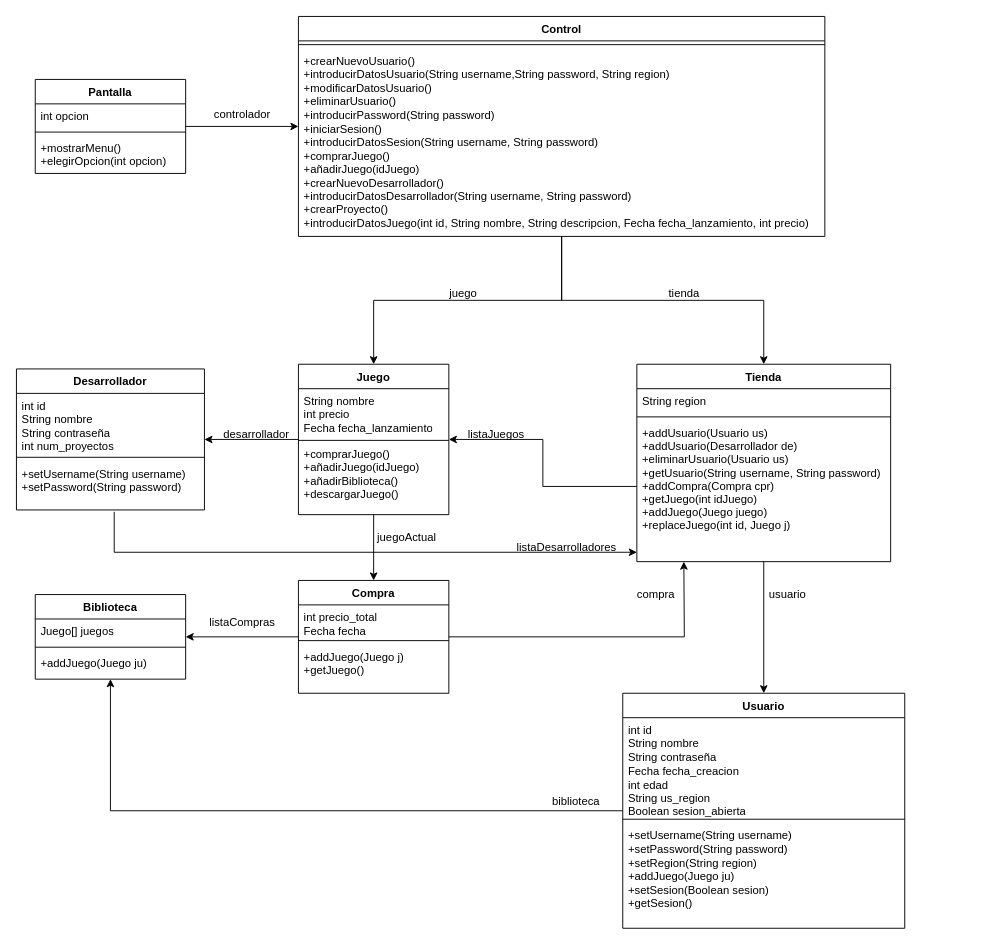
Before: Untitled Diagram.drawio in chuckinvictus/GymBooking, a draw.io diagram. Source tidied: cells renumbered, new cells numbered last; positions are measured from the earlier drawing's top-left corner, leaving out a move shared by most shapes. Both pictures are drawn from the tidied source at 94%, with x=0, y=0 at pixel (16, 16).
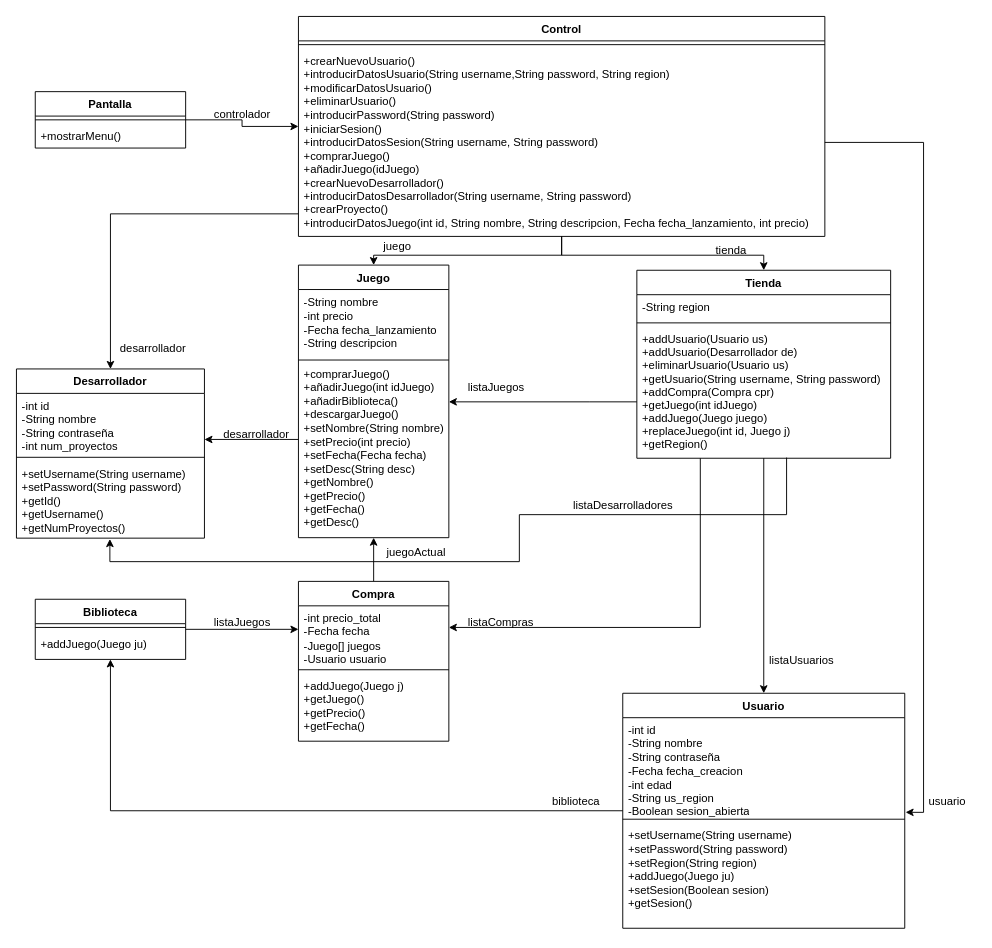
After the change.

Unchanged cells that the change refers to:
```xml
<mxCell id="12" value="Usuario" style="swimlane;fontStyle=1;align=center;verticalAlign=top;horizontal=1;startSize=26;whiteSpace=wrap;html=1;" parent="1" vertex="1">
  <mxGeometry x="645" y="720" width="300" height="250" as="geometry" />
</mxCell>
<mxCell id="35" value="&lt;div&gt;Control&lt;/div&gt;" style="swimlane;fontStyle=1;align=center;verticalAlign=top;horizontal=1;startSize=26;whiteSpace=wrap;html=1;" parent="1" vertex="1">
  <mxGeometry x="300" width="560" height="234" as="geometry" />
</mxCell>
<mxCell id="37" value="&lt;div&gt;+crearNuevoUsuario()&lt;/div&gt;&lt;div&gt;+introducirDatosUsuario(String username,String password, String region)&lt;/div&gt;&lt;div&gt;+modificarDatosUsuario()&lt;/div&gt;&lt;div&gt;+eliminarUsuario()&lt;/div&gt;&lt;div&gt;+introducirPassword(String password)&lt;/div&gt;&lt;div&gt;+iniciarSesion()&lt;br&gt;&lt;/div&gt;&lt;div&gt;+introducirDatosSesion(String username, String password)&lt;/div&gt;&lt;div&gt;+comprarJuego()&lt;/div&gt;&lt;div&gt;+añadirJuego(idJuego)&lt;/div&gt;&lt;div&gt;+crearNuevoDesarrollador()&lt;/div&gt;&lt;div&gt;+introducirDatosDesarrollador(String username, String password)&lt;/div&gt;&lt;div&gt;+crearProyecto()&lt;/div&gt;&lt;div&gt;+introducirDatosJuego(int id, String nombre, String descripcion, Fecha fecha_lanzamiento, int precio)&lt;/div&gt;" style="text;strokeColor=none;fillColor=none;align=left;verticalAlign=top;spacingLeft=4;spacingRight=4;overflow=hidden;points=[[0,0.5],[1,0.5]];portConstraint=eastwest;whiteSpace=wrap;html=1;" parent="35" vertex="1">
  <mxGeometry y="34" width="560" height="200" as="geometry" />
</mxCell>
```

The edit, as a diff of the source:
```diff
@@
     <mxCell id="3" value="Tienda" style="swimlane;fontStyle=1;align=center;verticalAlign=top;horizontal=1;startSize=26;rounded=0;shadow=0;strokeWidth=1;" parent="1" vertex="1">
-      <mxGeometry x="660" y="370" width="270" height="210" as="geometry" />
+      <mxGeometry x="660" y="270" width="270" height="200" as="geometry" />
     </mxCell>
-    <mxCell id="4" value="String region&#10;" style="text;align=left;verticalAlign=top;spacingLeft=4;spacingRight=4;overflow=hidden;" parent="3" vertex="1">
+    <mxCell id="4" value="-String region&#10;" style="text;align=left;verticalAlign=top;spacingLeft=4;spacingRight=4;overflow=hidden;" parent="3" vertex="1">
       <mxGeometry y="26" width="270" height="26" as="geometry" />
     </mxCell>
@@
-    <mxCell id="6" value="+addUsuario(Usuario us)&#10;+addUsuario(Desarrollador de)&#10;+eliminarUsuario(Usuario us)&#10;+getUsuario(String username, String password)&#10;+addCompra(Compra cpr)&#10;+getJuego(int idJuego)&#10;+addJuego(Juego juego)&#10;+replaceJuego(int id, Juego j)&#10;" style="text;align=left;verticalAlign=top;spacingLeft=4;spacingRight=4;overflow=hidden;points=[[0,0.5],[1,0.5]];portConstraint=eastwest;" parent="3" vertex="1">
+    <mxCell id="6" value="+addUsuario(Usuario us)&#10;+addUsuario(Desarrollador de)&#10;+eliminarUsuario(Usuario us)&#10;+getUsuario(String username, String password)&#10;+addCompra(Compra cpr)&#10;+getJuego(int idJuego)&#10;+addJuego(Juego juego)&#10;+replaceJuego(int id, Juego j)&#10;+getRegion()&#10;" style="text;align=left;verticalAlign=top;spacingLeft=4;spacingRight=4;overflow=hidden;points=[[0,0.5],[1,0.5]];portConstraint=eastwest;" parent="3" vertex="1">
       <mxGeometry y="60" width="270" height="140" as="geometry" />
     </mxCell>
     <mxCell id="7" value="Biblioteca" style="swimlane;fontStyle=1;align=center;verticalAlign=top;horizontal=1;startSize=26;whiteSpace=wrap;html=1;" parent="1" vertex="1">
-      <mxGeometry x="20" y="615" width="160" height="90" as="geometry" />
+      <mxGeometry x="20" y="620" width="160" height="64" as="geometry" />
     </mxCell>
-    <mxCell id="8" value="Juego[] juegos" style="text;strokeColor=none;fillColor=none;align=left;verticalAlign=top;spacingLeft=4;spacingRight=4;overflow=hidden;whiteSpace=wrap;html=1;" parent="7" vertex="1">
-      <mxGeometry y="26" width="160" height="26" as="geometry" />
-    </mxCell>
     <mxCell id="9" style="line;strokeWidth=1;fillColor=none;align=left;verticalAlign=middle;spacingTop=-1;spacingLeft=3;spacingRight=3;labelPosition=right;strokeColor=inherit;" parent="7" vertex="1">
-      <mxGeometry y="52" width="160" height="8" as="geometry" />
+      <mxGeometry y="26" width="160" height="8" as="geometry" />
     </mxCell>
     <mxCell id="10" value="+addJuego(Juego ju)" style="text;strokeColor=none;fillColor=none;align=left;verticalAlign=top;spacingLeft=4;spacingRight=4;overflow=hidden;whiteSpace=wrap;html=1;" parent="7" vertex="1">
-      <mxGeometry y="60" width="160" height="30" as="geometry" />
+      <mxGeometry y="34" width="160" height="30" as="geometry" />
     </mxCell>
@@
-    <mxCell id="13" value="&lt;div&gt;int id&lt;/div&gt;&lt;div&gt;String nombre&lt;/div&gt;&lt;div&gt;String contraseña&lt;/div&gt;&lt;div&gt;Fecha fecha_creacion&lt;/div&gt;&lt;div&gt;int edad&lt;/div&gt;&lt;div&gt;String us_region&lt;/div&gt;&lt;div&gt;Boolean sesion_abierta&lt;br&gt;&lt;/div&gt;" style="text;strokeColor=none;fillColor=none;align=left;verticalAlign=top;spacingLeft=4;spacingRight=4;overflow=hidden;points=[[0,0.5],[1,0.5]];portConstraint=eastwest;whiteSpace=wrap;html=1;" parent="12" vertex="1">
+    <mxCell id="13" value="&lt;div&gt;-int id&lt;/div&gt;&lt;div&gt;-String nombre&lt;/div&gt;&lt;div&gt;-String contraseña&lt;/div&gt;&lt;div&gt;-Fecha fecha_creacion&lt;/div&gt;&lt;div&gt;-int edad&lt;/div&gt;&lt;div&gt;-String us_region&lt;/div&gt;&lt;div&gt;-Boolean sesion_abierta&lt;br&gt;&lt;/div&gt;" style="text;strokeColor=none;fillColor=none;align=left;verticalAlign=top;spacingLeft=4;spacingRight=4;overflow=hidden;points=[[0,0.5],[1,0.5]];portConstraint=eastwest;whiteSpace=wrap;html=1;" parent="12" vertex="1">
       <mxGeometry y="26" width="300" height="104" as="geometry" />
     </mxCell>
@@
-    <mxCell id="16" style="edgeStyle=orthogonalEdgeStyle;rounded=0;jettySize=auto;html=1;" parent="1" edge="1" source="18" target="7">
-      <mxGeometry relative="1" as="geometry" />
-    </mxCell>
-    <mxCell id="17" style="edgeStyle=orthogonalEdgeStyle;rounded=0;jettySize=auto;html=1;" parent="1" edge="1" source="18">
-      <mxGeometry relative="1" as="geometry">
-        <mxPoint x="710" y="580" as="targetPoint" />
-      </mxGeometry>
-    </mxCell>
+    <mxCell id="55" style="edgeStyle=orthogonalEdgeStyle;rounded=0;jettySize=auto;html=1;entryX=0.5;entryY=1;entryDx=0;entryDy=0;" parent="1" edge="1" source="18" target="24">
+      <mxGeometry relative="1" as="geometry" />
+    </mxCell>
     <mxCell id="18" value="Compra" style="swimlane;fontStyle=1;align=center;verticalAlign=top;horizontal=1;startSize=26;whiteSpace=wrap;html=1;" parent="1" vertex="1">
-      <mxGeometry x="300" y="600" width="160" height="120" as="geometry" />
+      <mxGeometry x="300" y="601" width="160" height="170" as="geometry" />
     </mxCell>
-    <mxCell id="19" value="&lt;div&gt;int precio_total&lt;/div&gt;&lt;div&gt;Fecha fecha&lt;br&gt;&lt;/div&gt;" style="text;strokeColor=none;fillColor=none;align=left;verticalAlign=top;spacingLeft=4;spacingRight=4;overflow=hidden;whiteSpace=wrap;html=1;" parent="18" vertex="1">
-      <mxGeometry y="26" width="160" height="34" as="geometry" />
+    <mxCell id="19" value="&lt;div&gt;-int precio_total&lt;/div&gt;&lt;div&gt;-Fecha fecha&lt;br&gt;&lt;/div&gt;&lt;div&gt;-Juego[] juegos&lt;/div&gt;&lt;div&gt;-Usuario usuario&lt;br&gt;&lt;/div&gt;" style="text;strokeColor=none;fillColor=none;align=left;verticalAlign=top;spacingLeft=4;spacingRight=4;overflow=hidden;whiteSpace=wrap;html=1;" parent="18" vertex="1">
+      <mxGeometry y="26" width="160" height="64" as="geometry" />
     </mxCell>
     <mxCell id="20" style="line;strokeWidth=1;fillColor=none;align=left;verticalAlign=middle;spacingTop=-1;spacingLeft=3;spacingRight=3;labelPosition=right;strokeColor=inherit;" parent="18" vertex="1">
-      <mxGeometry y="60" width="160" height="8" as="geometry" />
+      <mxGeometry y="90" width="160" height="8" as="geometry" />
     </mxCell>
-    <mxCell id="21" value="&lt;div&gt;+addJuego(Juego j)&lt;/div&gt;&lt;div&gt;+getJuego()&lt;/div&gt;&lt;div&gt;&lt;br&gt;&lt;/div&gt;" style="text;strokeColor=none;fillColor=none;align=left;verticalAlign=top;spacingLeft=4;spacingRight=4;overflow=hidden;whiteSpace=wrap;html=1;" parent="18" vertex="1">
-      <mxGeometry y="68" width="160" height="52" as="geometry" />
+    <mxCell id="21" value="&lt;div&gt;+addJuego(Juego j)&lt;/div&gt;&lt;div&gt;+getJuego()&lt;/div&gt;&lt;div&gt;+getPrecio()&lt;br&gt;&lt;/div&gt;&lt;div&gt;+getFecha()&lt;br&gt;&lt;/div&gt;" style="text;strokeColor=none;fillColor=none;align=left;verticalAlign=top;spacingLeft=4;spacingRight=4;overflow=hidden;whiteSpace=wrap;html=1;" parent="18" vertex="1">
+      <mxGeometry y="98" width="160" height="72" as="geometry" />
     </mxCell>
-    <mxCell id="22" style="edgeStyle=orthogonalEdgeStyle;rounded=0;jettySize=auto;html=1;" parent="1" edge="1" source="24" target="18">
-      <mxGeometry relative="1" as="geometry" />
-    </mxCell>
     <mxCell id="23" style="edgeStyle=orthogonalEdgeStyle;rounded=0;jettySize=auto;html=1;" parent="1" edge="1" source="24" target="29">
-      <mxGeometry relative="1" as="geometry" />
+      <mxGeometry relative="1" as="geometry">
+        <Array as="points">
+          <mxPoint x="280" y="450" />
+          <mxPoint x="280" y="450" />
+        </Array>
+      </mxGeometry>
     </mxCell>
     <mxCell id="24" value="Juego" style="swimlane;fontStyle=1;align=center;verticalAlign=top;horizontal=1;startSize=26;whiteSpace=wrap;html=1;" parent="1" vertex="1">
-      <mxGeometry x="300" y="370" width="160" height="160" as="geometry" />
+      <mxGeometry x="300" y="264.5" width="160" height="290" as="geometry" />
     </mxCell>
-    <mxCell id="25" value="&lt;div&gt;String nombre&lt;/div&gt;&lt;div&gt;int precio&lt;/div&gt;&lt;div&gt;Fecha fecha_lanzamiento&lt;br&gt;&lt;/div&gt;" style="text;strokeColor=none;fillColor=none;align=left;verticalAlign=top;spacingLeft=4;spacingRight=4;overflow=hidden;whiteSpace=wrap;html=1;" parent="24" vertex="1">
-      <mxGeometry y="26" width="160" height="54" as="geometry" />
+    <mxCell id="25" value="&lt;div&gt;-String nombre&lt;/div&gt;&lt;div&gt;-int precio&lt;/div&gt;&lt;div&gt;-Fecha fecha_lanzamiento&lt;br&gt;&lt;/div&gt;&lt;div&gt;-String descripcion&lt;br&gt;&lt;/div&gt;" style="text;strokeColor=none;fillColor=none;align=left;verticalAlign=top;spacingLeft=4;spacingRight=4;overflow=hidden;whiteSpace=wrap;html=1;" parent="24" vertex="1">
+      <mxGeometry y="26" width="160" height="74" as="geometry" />
     </mxCell>
     <mxCell id="26" style="line;strokeWidth=1;fillColor=none;align=left;verticalAlign=middle;spacingTop=-1;spacingLeft=3;spacingRight=3;labelPosition=right;strokeColor=inherit;" parent="24" vertex="1">
-      <mxGeometry y="80" width="160" height="2" as="geometry" />
+      <mxGeometry y="100" width="160" height="2" as="geometry" />
     </mxCell>
-    <mxCell id="27" value="&lt;div&gt;+comprarJuego()&lt;/div&gt;&lt;div&gt;+añadirJuego(idJuego)&lt;/div&gt;&lt;div&gt;+añadirBiblioteca()&lt;/div&gt;&lt;div&gt;+descargarJuego()&lt;br&gt;&lt;/div&gt;" style="text;strokeColor=none;fillColor=none;align=left;verticalAlign=top;spacingLeft=4;spacingRight=4;overflow=hidden;whiteSpace=wrap;html=1;" parent="24" vertex="1">
-      <mxGeometry y="82" width="160" height="78" as="geometry" />
+    <mxCell id="27" value="&lt;div&gt;+comprarJuego()&lt;/div&gt;&lt;div&gt;+añadirJuego(int idJuego)&lt;/div&gt;&lt;div&gt;+añadirBiblioteca()&lt;/div&gt;&lt;div&gt;+descargarJuego()&lt;br&gt;&lt;/div&gt;&lt;div&gt;+setNombre(String nombre)&lt;/div&gt;&lt;div&gt;+setPrecio(int precio)&lt;/div&gt;&lt;div&gt;+setFecha(Fecha fecha)&lt;/div&gt;&lt;div&gt;+setDesc(String desc)&lt;br&gt;&lt;/div&gt;&lt;div&gt;+getNombre()&lt;/div&gt;&lt;div&gt;+getPrecio()&lt;/div&gt;&lt;div&gt;+getFecha()&lt;/div&gt;&lt;div&gt;+getDesc()&lt;br&gt;&lt;/div&gt;" style="text;strokeColor=none;fillColor=none;align=left;verticalAlign=top;spacingLeft=4;spacingRight=4;overflow=hidden;whiteSpace=wrap;html=1;" parent="24" vertex="1">
+      <mxGeometry y="102" width="160" height="188" as="geometry" />
     </mxCell>
-    <mxCell id="28" style="edgeStyle=orthogonalEdgeStyle;rounded=0;orthogonalLoop=1;jettySize=auto;html=1;entryX=-0.015;entryY=0.986;entryDx=0;entryDy=0;entryPerimeter=0;" parent="1" edge="1">
-      <mxGeometry relative="1" as="geometry">
-        <mxPoint x="104" y="527" as="sourcePoint" />
-        <mxPoint x="660" y="570" as="targetPoint" />
-        <Array as="points">
-          <mxPoint x="104" y="570" />
-        </Array>
-      </mxGeometry>
-    </mxCell>
     <mxCell id="29" value="Desarrollador" style="swimlane;fontStyle=1;align=center;verticalAlign=top;horizontal=1;startSize=26;whiteSpace=wrap;html=1;" parent="1" vertex="1">
-      <mxGeometry y="375" width="200" height="150" as="geometry" />
+      <mxGeometry y="375" width="200" height="180" as="geometry" />
     </mxCell>
-    <mxCell id="30" value="&lt;div&gt;int id&lt;/div&gt;&lt;div&gt;String nombre&lt;/div&gt;&lt;div&gt;String contraseña&lt;/div&gt;&lt;div&gt;int num_proyectos&lt;br&gt;&lt;/div&gt;" style="text;strokeColor=none;fillColor=none;align=left;verticalAlign=top;spacingLeft=4;spacingRight=4;overflow=hidden;whiteSpace=wrap;html=1;" parent="29" vertex="1">
+    <mxCell id="30" value="&lt;div&gt;-int id&lt;/div&gt;&lt;div&gt;-String nombre&lt;/div&gt;&lt;div&gt;-String contraseña&lt;/div&gt;&lt;div&gt;-int num_proyectos&lt;br&gt;&lt;/div&gt;" style="text;strokeColor=none;fillColor=none;align=left;verticalAlign=top;spacingLeft=4;spacingRight=4;overflow=hidden;whiteSpace=wrap;html=1;" parent="29" vertex="1">
       <mxGeometry y="26" width="200" height="64" as="geometry" />
     </mxCell>
@@
-    <mxCell id="32" value="&lt;div&gt;+setUsername(String username)&lt;/div&gt;&lt;div&gt;+setPassword(String password)&lt;br&gt;&lt;/div&gt;" style="text;strokeColor=none;fillColor=none;align=left;verticalAlign=top;spacingLeft=4;spacingRight=4;overflow=hidden;points=[[0,0.5],[1,0.5]];portConstraint=eastwest;whiteSpace=wrap;html=1;" parent="29" vertex="1">
-      <mxGeometry y="98" width="200" height="52" as="geometry" />
+    <mxCell id="32" value="&lt;div&gt;+setUsername(String username)&lt;/div&gt;&lt;div&gt;+setPassword(String password)&lt;/div&gt;&lt;div&gt;+getId()&lt;/div&gt;&lt;div&gt;+getUsername()&lt;/div&gt;&lt;div&gt;+getNumProyectos()&lt;br&gt;&lt;/div&gt;&lt;div&gt;&lt;br&gt;&lt;/div&gt;&lt;div&gt;&lt;br&gt;&lt;/div&gt;" style="text;strokeColor=none;fillColor=none;align=left;verticalAlign=top;spacingLeft=4;spacingRight=4;overflow=hidden;points=[[0,0.5],[1,0.5]];portConstraint=eastwest;whiteSpace=wrap;html=1;" parent="29" vertex="1">
+      <mxGeometry y="98" width="200" height="82" as="geometry" />
     </mxCell>
@@
     <mxCell id="34" style="edgeStyle=orthogonalEdgeStyle;rounded=0;jettySize=auto;html=1;" parent="1" edge="1" source="35" target="24">
-      <mxGeometry relative="1" as="geometry" />
+      <mxGeometry relative="1" as="geometry">
+        <Array as="points">
+          <mxPoint x="580" y="254" />
+          <mxPoint x="380" y="254" />
+        </Array>
+      </mxGeometry>
     </mxCell>
@@
     <mxCell id="39" value="Pantalla" style="swimlane;fontStyle=1;align=center;verticalAlign=top;horizontal=1;startSize=26;whiteSpace=wrap;html=1;" parent="1" vertex="1">
-      <mxGeometry x="20" y="67" width="160" height="100" as="geometry" />
+      <mxGeometry x="20" y="80" width="160" height="60" as="geometry" />
     </mxCell>
-    <mxCell id="40" value="int opcion" style="text;strokeColor=none;fillColor=none;align=left;verticalAlign=top;spacingLeft=4;spacingRight=4;overflow=hidden;whiteSpace=wrap;html=1;" parent="39" vertex="1">
-      <mxGeometry y="26" width="160" height="26" as="geometry" />
-    </mxCell>
     <mxCell id="41" style="line;strokeWidth=1;fillColor=none;align=left;verticalAlign=middle;spacingTop=-1;spacingLeft=3;spacingRight=3;labelPosition=right;strokeColor=inherit;" parent="39" vertex="1">
-      <mxGeometry y="52" width="160" height="8" as="geometry" />
+      <mxGeometry y="26" width="160" height="8" as="geometry" />
     </mxCell>
-    <mxCell id="42" value="&lt;div&gt;+mostrarMenu()&lt;/div&gt;&lt;div&gt;+elegirOpcion(int opcion)&lt;br&gt;&lt;/div&gt;" style="text;strokeColor=none;fillColor=none;align=left;verticalAlign=top;spacingLeft=4;spacingRight=4;overflow=hidden;whiteSpace=wrap;html=1;" parent="39" vertex="1">
-      <mxGeometry y="60" width="160" height="40" as="geometry" />
+    <mxCell id="42" value="&lt;div&gt;+mostrarMenu()&lt;/div&gt;" style="text;strokeColor=none;fillColor=none;align=left;verticalAlign=top;spacingLeft=4;spacingRight=4;overflow=hidden;whiteSpace=wrap;html=1;" parent="39" vertex="1">
+      <mxGeometry y="34" width="160" height="26" as="geometry" />
     </mxCell>
-    <mxCell id="43" value="usuario" style="text;html=1;align=center;verticalAlign=middle;strokeColor=none;fillColor=none;" parent="1" vertex="1">
-      <mxGeometry x="790" y="600" width="60" height="30" as="geometry" />
+    <mxCell id="43" value="listaUsuarios" style="text;html=1;align=center;verticalAlign=middle;strokeColor=none;fillColor=none;" parent="1" vertex="1">
+      <mxGeometry x="790" y="670" width="90" height="30" as="geometry" />
     </mxCell>
@@
     <mxCell id="45" value="&lt;div&gt;tienda&lt;/div&gt;" style="text;html=1;align=center;verticalAlign=middle;strokeColor=none;fillColor=none;" parent="1" vertex="1">
-      <mxGeometry x="680" y="280" width="60" height="30" as="geometry" />
+      <mxGeometry x="730" y="234" width="60" height="30" as="geometry" />
     </mxCell>
-    <mxCell id="46" value="listaCompras" style="text;html=1;align=center;verticalAlign=middle;strokeColor=none;fillColor=none;" parent="1" vertex="1">
-      <mxGeometry x="195" y="630" width="90" height="30" as="geometry" />
+    <mxCell id="46" value="listaJuegos" style="text;html=1;align=center;verticalAlign=middle;strokeColor=none;fillColor=none;" parent="1" vertex="1">
+      <mxGeometry x="200" y="630" width="80" height="30" as="geometry" />
     </mxCell>
     <mxCell id="47" value="juego" style="text;html=1;align=center;verticalAlign=middle;strokeColor=none;fillColor=none;" parent="1" vertex="1">
-      <mxGeometry x="450" y="280" width="50" height="30" as="geometry" />
+      <mxGeometry x="380" y="230" width="50" height="30" as="geometry" />
     </mxCell>
     <mxCell id="48" value="juegoActual" style="text;html=1;align=center;verticalAlign=middle;strokeColor=none;fillColor=none;" parent="1" vertex="1">
-      <mxGeometry x="370" y="540" width="90" height="30" as="geometry" />
+      <mxGeometry x="380" y="554.5" width="90" height="30" as="geometry" />
     </mxCell>
     <mxCell id="49" value="listaJuegos" style="text;html=1;align=center;verticalAlign=middle;strokeColor=none;fillColor=none;" parent="1" vertex="1">
-      <mxGeometry x="470" y="430" width="80" height="30" as="geometry" />
+      <mxGeometry x="470" y="380" width="80" height="30" as="geometry" />
     </mxCell>
@@
     <mxCell id="51" style="edgeStyle=orthogonalEdgeStyle;rounded=0;jettySize=auto;html=1;" parent="1" edge="1" source="6" target="24">
-      <mxGeometry relative="1" as="geometry" />
+      <mxGeometry relative="1" as="geometry">
+        <Array as="points">
+          <mxPoint x="610" y="410" />
+          <mxPoint x="610" y="410" />
+        </Array>
+      </mxGeometry>
     </mxCell>
@@
-    <mxCell id="53" value="compra" style="text;html=1;align=center;verticalAlign=middle;strokeColor=none;fillColor=none;" parent="1" vertex="1">
-      <mxGeometry x="650" y="600" width="60" height="30" as="geometry" />
+    <mxCell id="53" value="listaCompras" style="text;html=1;align=center;verticalAlign=middle;strokeColor=none;fillColor=none;" parent="1" vertex="1">
+      <mxGeometry x="470" y="630" width="90" height="30" as="geometry" />
     </mxCell>
     <mxCell id="54" value="listaDesarrolladores" style="text;html=1;align=center;verticalAlign=middle;strokeColor=none;fillColor=none;" parent="1" vertex="1">
-      <mxGeometry x="520" y="550" width="130" height="30" as="geometry" />
+      <mxGeometry x="580" y="505" width="130" height="30" as="geometry" />
     </mxCell>
+    <mxCell id="56" style="edgeStyle=orthogonalEdgeStyle;rounded=0;jettySize=auto;html=1;entryX=0.497;entryY=1.012;entryDx=0;entryDy=0;entryPerimeter=0;exitX=0.59;exitY=0.995;exitDx=0;exitDy=0;exitPerimeter=0;" parent="1" edge="1" source="6" target="32">
+      <mxGeometry relative="1" as="geometry">
+        <Array as="points">
+          <mxPoint x="819" y="530" />
+          <mxPoint x="535" y="530" />
+          <mxPoint x="535" y="580" />
+          <mxPoint x="99" y="580" />
+        </Array>
+      </mxGeometry>
+    </mxCell>
+    <mxCell id="57" style="edgeStyle=orthogonalEdgeStyle;rounded=0;jettySize=auto;html=1;" parent="1" edge="1" source="7">
+      <mxGeometry relative="1" as="geometry">
+        <mxPoint x="300" y="652" as="targetPoint" />
+      </mxGeometry>
+    </mxCell>
+    <mxCell id="58" style="edgeStyle=orthogonalEdgeStyle;rounded=0;jettySize=auto;html=1;exitX=0.25;exitY=1;exitDx=0;exitDy=0;" parent="1" edge="1" source="3">
+      <mxGeometry relative="1" as="geometry">
+        <mxPoint x="460" y="650" as="targetPoint" />
+        <Array as="points">
+          <mxPoint x="728" y="650" />
+          <mxPoint x="460" y="650" />
+        </Array>
+      </mxGeometry>
+    </mxCell>
+    <mxCell id="59" style="edgeStyle=orthogonalEdgeStyle;rounded=0;jettySize=auto;html=1;entryX=0.5;entryY=0;entryDx=0;entryDy=0;" parent="1" edge="1" source="37" target="29">
+      <mxGeometry relative="1" as="geometry">
+        <Array as="points">
+          <mxPoint x="100" y="210" />
+        </Array>
+      </mxGeometry>
+    </mxCell>
+    <mxCell id="60" value="desarrollador" style="text;html=1;align=center;verticalAlign=middle;strokeColor=none;fillColor=none;" parent="1" vertex="1">
+      <mxGeometry x="100" y="338" width="90" height="30" as="geometry" />
+    </mxCell>
+    <mxCell id="61" style="edgeStyle=orthogonalEdgeStyle;rounded=0;jettySize=auto;html=1;entryX=1.003;entryY=0.968;entryDx=0;entryDy=0;entryPerimeter=0;" parent="1" edge="1" source="37" target="13">
+      <mxGeometry relative="1" as="geometry" />
+    </mxCell>
+    <mxCell id="62" value="usuario" style="text;html=1;align=center;verticalAlign=middle;strokeColor=none;fillColor=none;" parent="1" vertex="1">
+      <mxGeometry x="960" y="820" width="60" height="30" as="geometry" />
+    </mxCell>
```
